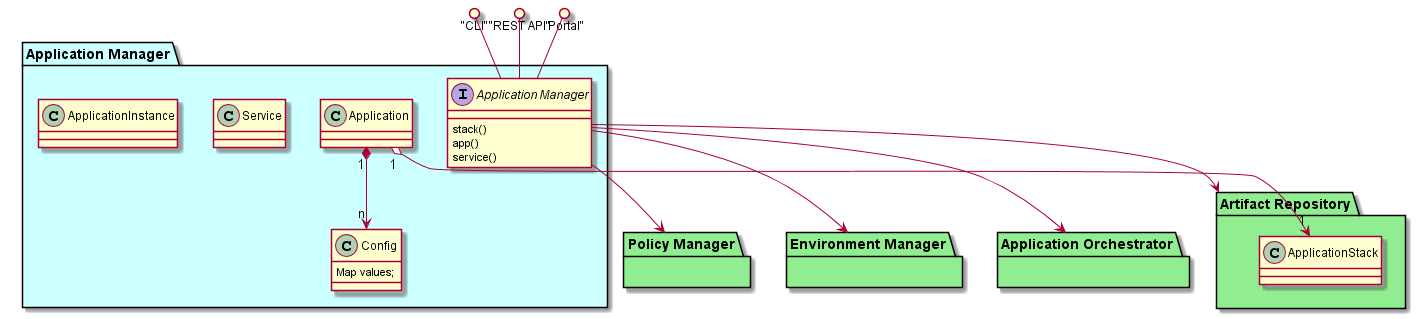
Above: docs/Solution/Application-Manager/Logical.png in CAADE/C3 (PlantUML), before the change. The source it was exported from:
```plantuml
@startuml

package "Policy Manager"  #lightgreen {}
package "Environment Manager" #lightgreen {}
package "Application Orchestrator" #lightgreen {}
package "Artifact Repository" #lightgreen {
    class ApplicationStack {
    }
}

package "Application Manager" #ccffff {
  interface "Application Manager" {
      stack()
      app()
      service()
  }
  class Application {

  }
  class Service {

  }
  class Config {
    Map values;
  }
  class ApplicationInstance {

  }

  Application "1" *--> "n" Config
  Application "1" o--> "1" ApplicationStack
}
"CLI" ()-- "Application Manager"
"REST API" ()-- "Application Manager"
"Portal" ()-- "Application Manager"


"Application Manager" --> "Artifact Repository"
"Application Manager" --> "Policy Manager"
"Application Manager" --> "Application Orchestrator"
"Application Manager" --> "Environment Manager"
@enduml
```
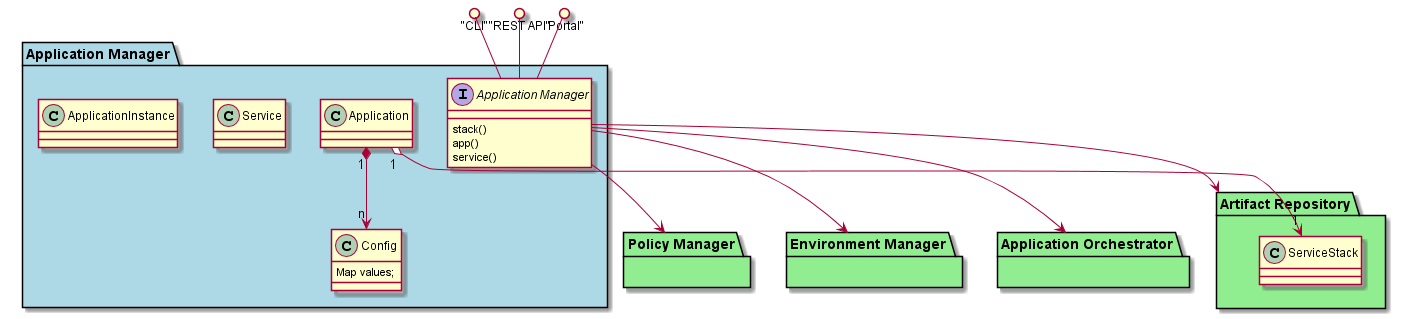
The same diagram one commit later.

Change to the diagram source:
```diff
@@ -4,11 +4,11 @@
 package "Environment Manager" #lightgreen {}
 package "Application Orchestrator" #lightgreen {}
 package "Artifact Repository" #lightgreen {
-    class ApplicationStack {
+    class ServiceStack {
     }
 }
 
-package "Application Manager" #ccffff {
+package "Application Manager" #lightblue {
   interface "Application Manager" {
       stack()
       app()
@@ -28,7 +28,7 @@
   }
 
   Application "1" *--> "n" Config
-  Application "1" o--> "1" ApplicationStack
+  Application "1" o--> "1" ServiceStack
 }
 "CLI" ()-- "Application Manager"
 "REST API" ()-- "Application Manager"
```
